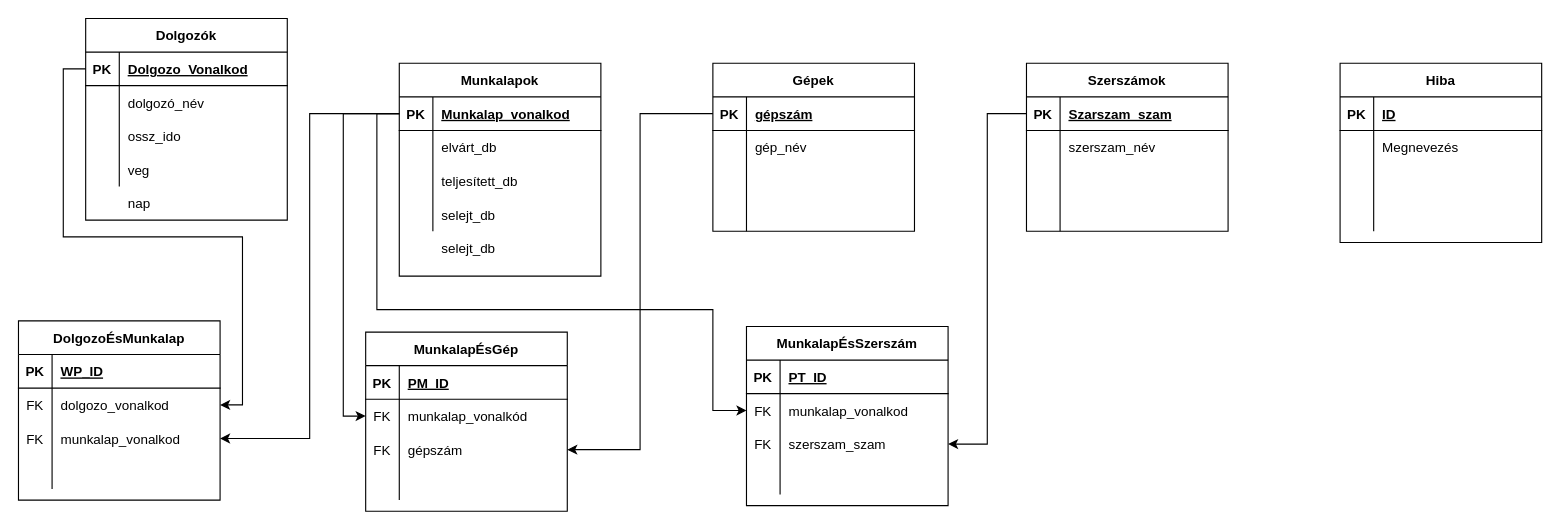
The draw.io diagram Untitled Diagram.drawio in KerteszZoltan/mesterminal, before the edit. Source tidied: cells renumbered, new cells numbered last; positions are measured from the earlier drawing's top-left corner, leaving out a move shared by most shapes. Both pictures are drawn from the tidied source at 112%, with x=0, y=0 at pixel (18, 18).
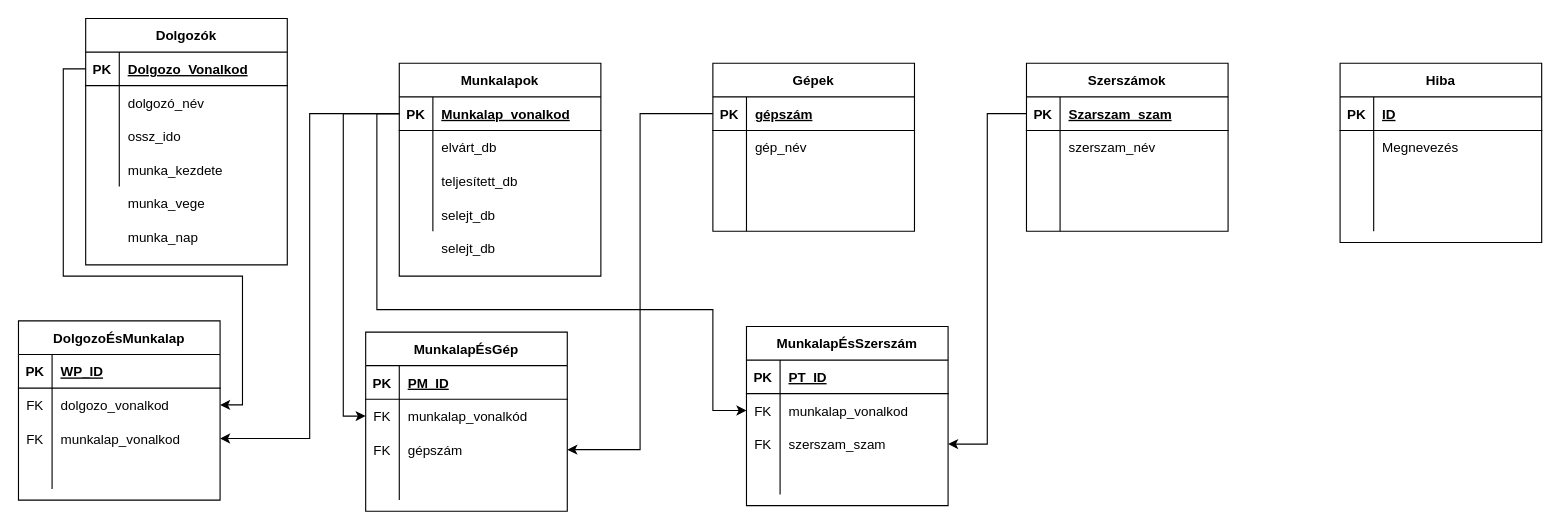
The same page after the edit.

Commit message:
dolgozok table update for logging when woriking

The change refers to these unchanged cells:
```xml
<mxCell id="3" style="shape=partialRectangle;fillColor=none;top=0;left=0;bottom=1;right=0;points=[[0,0.5],[1,0.5]];portConstraint=eastwest;" parent="2" vertex="1">
  <mxGeometry y="30" width="180" height="30" as="geometry" />
</mxCell>
<mxCell id="12" style="shape=partialRectangle;fillColor=none;top=0;left=0;bottom=0;right=0;" parent="2" vertex="1">
  <mxGeometry y="120" width="180" height="30" as="geometry" />
</mxCell>
<mxCell id="73" style="shape=partialRectangle;fillColor=none;top=0;left=0;bottom=0;right=0;points=[[0,0.5],[1,0.5]];portConstraint=eastwest;" parent="69" vertex="1">
  <mxGeometry y="60" width="180" height="30" as="geometry" />
</mxCell>
<mxCell id="114" style="shape=partialRectangle;fillColor=none;top=0;left=0;bottom=0;right=0;" parent="1" vertex="1">
  <mxGeometry x="60" y="150" width="180" height="30" as="geometry" />
</mxCell>
```

Change to the diagram source:
```diff
@@
     <mxCell id="2" value="Dolgozók" style="shape=table;startSize=30;childLayout=tableLayout;rowLines=0;fontStyle=1;align=center;" parent="1" vertex="1">
-      <mxGeometry x="60" width="180" height="180" as="geometry" />
+      <mxGeometry x="60" width="180" height="220" as="geometry" />
     </mxCell>
@@
-    <mxCell id="14" value="veg" style="shape=partialRectangle;fillColor=none;top=0;left=0;bottom=0;right=0;align=left;spacingLeft=6;overflow=hidden;" parent="12" vertex="1">
+    <mxCell id="14" value="munka_kezdete" style="shape=partialRectangle;fillColor=none;top=0;left=0;bottom=0;right=0;align=left;spacingLeft=6;overflow=hidden;" parent="12" vertex="1">
       <mxGeometry x="30" width="150" height="30" as="geometry" />
     </mxCell>
@@
     <mxCell id="82" style="edgeStyle=orthogonalEdgeStyle;rounded=0;jettySize=auto;html=1;exitX=0;exitY=0.5;exitDx=0;exitDy=0;" parent="1" edge="1" source="3" target="73">
-      <mxGeometry relative="1" as="geometry" />
+      <mxGeometry relative="1" as="geometry">
+        <Array as="points">
+          <mxPoint x="40" y="45" />
+          <mxPoint x="40" y="230" />
+          <mxPoint x="200" y="230" />
+          <mxPoint x="200" y="345" />
+        </Array>
+      </mxGeometry>
     </mxCell>
@@
-    <mxCell id="116" value="nap" style="shape=partialRectangle;fillColor=none;top=0;left=0;bottom=0;right=0;align=left;spacingLeft=6;overflow=hidden;" parent="114" vertex="1">
+    <mxCell id="116" value="munka_vege" style="shape=partialRectangle;fillColor=none;top=0;left=0;bottom=0;right=0;align=left;spacingLeft=6;overflow=hidden;" parent="114" vertex="1">
       <mxGeometry x="30" width="150" height="30" as="geometry" />
     </mxCell>
+    <mxCell id="117" style="shape=partialRectangle;fillColor=none;top=0;left=0;bottom=0;right=0;" parent="1" vertex="1">
+      <mxGeometry x="60" y="180" width="180" height="30" as="geometry" />
+    </mxCell>
+    <mxCell id="118" style="shape=partialRectangle;fillColor=none;top=0;left=0;bottom=0;right=0;overflow=hidden;" parent="117" vertex="1">
+      <mxGeometry width="30" height="30" as="geometry" />
+    </mxCell>
+    <mxCell id="119" value="munka_nap" style="shape=partialRectangle;fillColor=none;top=0;left=0;bottom=0;right=0;align=left;spacingLeft=6;overflow=hidden;" parent="117" vertex="1">
+      <mxGeometry x="30" width="150" height="30" as="geometry" />
+    </mxCell>
```
